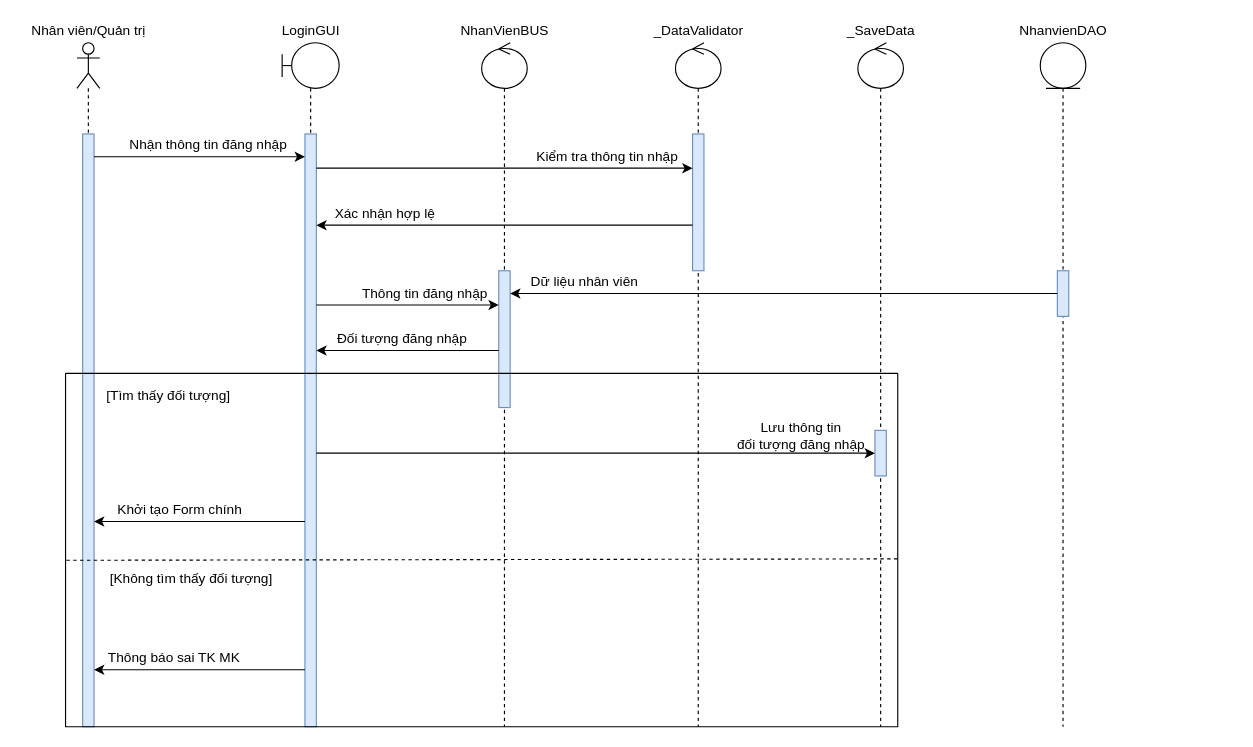
EdgarIgnite16/SGU-Course keeps this draw.io diagram as Nam3_HK1/CNPM_SoftTech/Sequence Diagrams/SequenceDemo.drawio. Above is the earlier version. Source tidied: cells renumbered, new cells numbered last; positions are measured from the earlier drawing's top-left corner, leaving out a move shared by most shapes. Both pictures are drawn from the tidied source at 114%, with x=0, y=0 at pixel (19, 19).
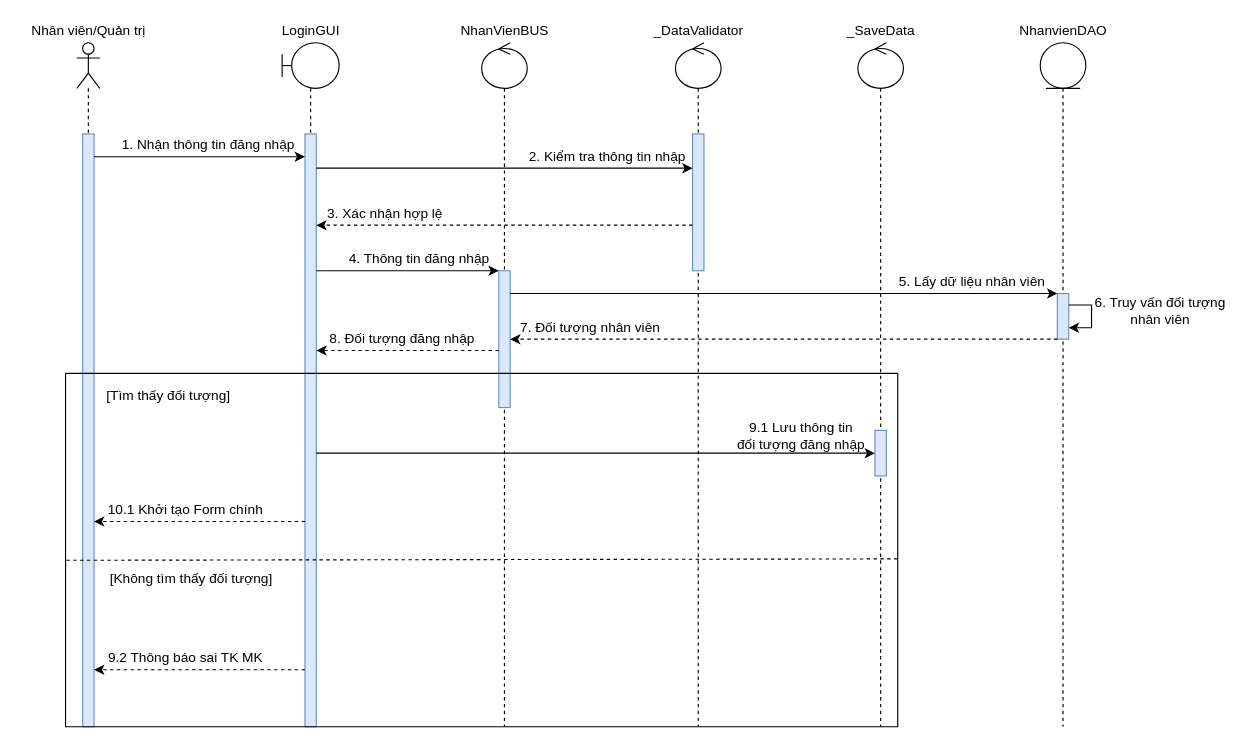
The same diagram, later.

Unchanged cells that the change refers to:
```xml
<mxCell id="3" style="html=1;points=[];perimeter=orthogonalPerimeter;fillColor=#dae8fc;strokeColor=#6c8ebf;" parent="2" vertex="1">
  <mxGeometry x="5" y="80" width="10" height="520" as="geometry" />
</mxCell>
<mxCell id="6" style="html=1;points=[];perimeter=orthogonalPerimeter;fillColor=#dae8fc;strokeColor=#6c8ebf;" parent="5" vertex="1">
  <mxGeometry x="20" y="80" width="10" height="520" as="geometry" />
</mxCell>
<mxCell id="8" style="html=1;points=[];perimeter=orthogonalPerimeter;fillColor=#dae8fc;strokeColor=#6c8ebf;" parent="7" vertex="1">
  <mxGeometry x="15" y="200" width="10" height="120" as="geometry" />
</mxCell>
<mxCell id="15" style="html=1;points=[];perimeter=orthogonalPerimeter;fillColor=#dae8fc;strokeColor=#6c8ebf;" parent="14" vertex="1">
  <mxGeometry x="15" y="80" width="10" height="120" as="geometry" />
</mxCell>
<mxCell id="17" style="shape=umlLifeline;participant=umlEntity;perimeter=lifelinePerimeter;whiteSpace=wrap;html=1;verticalAlign=top;spacingTop=36;" parent="1" vertex="1">
  <mxGeometry x="895" y="20" width="40" height="600" as="geometry" />
</mxCell>
<mxCell id="34" style="swimlane;startSize=0;shadow=0;strokeColor=default;fillColor=default;" parent="1" vertex="1">
  <mxGeometry x="40" y="310" width="730" height="310" as="geometry" />
</mxCell>
```

Diff of the diagram source:
```diff
@@
-    <mxCell id="13" value="Nhận thông tin đăng nhập" style="text;html=1;align=center;verticalAlign=middle;strokeColor=none;fillColor=none;" parent="1" vertex="1">
-      <mxGeometry x="90" y="100" width="150" height="20" as="geometry" />
+    <mxCell id="13" value="1. Nhận thông tin đăng nhập" style="text;html=1;align=center;verticalAlign=middle;strokeColor=none;fillColor=none;" parent="1" vertex="1">
+      <mxGeometry x="80" y="100" width="170" height="20" as="geometry" />
     </mxCell>
@@
     <mxCell id="18" style="html=1;points=[];perimeter=orthogonalPerimeter;fillColor=#dae8fc;strokeColor=#6c8ebf;" parent="17" vertex="1">
-      <mxGeometry x="15" y="200" width="10" height="40" as="geometry" />
+      <mxGeometry x="15" y="220" width="10" height="40" as="geometry" />
     </mxCell>
+    <mxCell id="42" style="edgeStyle=orthogonalEdgeStyle;rounded=0;orthogonalLoop=1;jettySize=auto;html=1;" parent="17" edge="1" source="18" target="18">
+      <mxGeometry relative="1" as="geometry" />
+    </mxCell>
@@
-    <mxCell id="23" value="Kiểm tra thông tin nhập" style="text;html=1;align=center;verticalAlign=middle;strokeColor=none;fillColor=none;" parent="1" vertex="1">
-      <mxGeometry x="445" y="110" width="140" height="20" as="geometry" />
+    <mxCell id="23" value="2. Kiểm tra thông tin nhập" style="text;html=1;align=center;verticalAlign=middle;strokeColor=none;fillColor=none;" parent="1" vertex="1">
+      <mxGeometry x="440" y="110" width="150" height="20" as="geometry" />
     </mxCell>
-    <mxCell id="24" style="edgeStyle=orthogonalEdgeStyle;rounded=0;jettySize=auto;html=1;" parent="1" edge="1" source="15" target="6">
+    <mxCell id="24" style="edgeStyle=orthogonalEdgeStyle;rounded=0;jettySize=auto;html=1;dashed=1;" parent="1" edge="1" source="15" target="6">
       <mxGeometry relative="1" as="geometry">
         <Array as="points">
           <mxPoint x="430" y="180" />
           <mxPoint x="430" y="180" />
         </Array>
       </mxGeometry>
     </mxCell>
-    <mxCell id="25" value="Xác nhận hợp lệ" style="text;html=1;align=center;verticalAlign=middle;strokeColor=none;fillColor=none;" parent="1" vertex="1">
-      <mxGeometry x="270" y="160" width="100" height="20" as="geometry" />
+    <mxCell id="25" value="3. Xác nhận hợp lệ" style="text;html=1;align=center;verticalAlign=middle;strokeColor=none;fillColor=none;" parent="1" vertex="1">
+      <mxGeometry x="260" y="160" width="120" height="20" as="geometry" />
     </mxCell>
     <mxCell id="26" style="edgeStyle=orthogonalEdgeStyle;rounded=0;jettySize=auto;html=1;" parent="1" edge="1" source="6" target="8">
       <mxGeometry relative="1" as="geometry">
         <Array as="points">
-          <mxPoint x="350" y="250" />
-          <mxPoint x="350" y="250" />
+          <mxPoint x="340" y="220" />
+          <mxPoint x="340" y="220" />
         </Array>
       </mxGeometry>
     </mxCell>
-    <mxCell id="27" style="edgeStyle=orthogonalEdgeStyle;rounded=0;jettySize=auto;html=1;" parent="1" edge="1" source="18" target="8">
-      <mxGeometry relative="1" as="geometry">
-        <Array as="points">
-          <mxPoint x="670" y="240" />
-          <mxPoint x="670" y="240" />
-        </Array>
-      </mxGeometry>
-    </mxCell>
-    <mxCell id="28" value="Dữ liệu nhân viên" style="text;html=1;align=center;verticalAlign=middle;strokeColor=none;fillColor=none;" parent="1" vertex="1">
-      <mxGeometry x="440" y="220" width="110" height="20" as="geometry" />
+    <mxCell id="28" value="5. Lấy dữ liệu nhân viên" style="text;html=1;align=center;verticalAlign=middle;strokeColor=none;fillColor=none;" parent="1" vertex="1">
+      <mxGeometry x="765" y="220" width="140" height="20" as="geometry" />
     </mxCell>
-    <mxCell id="29" value="Thông tin đăng nhập" style="text;html=1;align=center;verticalAlign=middle;strokeColor=none;fillColor=none;" parent="1" vertex="1">
-      <mxGeometry x="290" y="230" width="130" height="20" as="geometry" />
+    <mxCell id="29" value="4. Thông tin đăng nhập" style="text;html=1;align=center;verticalAlign=middle;strokeColor=none;fillColor=none;" parent="1" vertex="1">
+      <mxGeometry x="280" y="200" width="140" height="20" as="geometry" />
     </mxCell>
-    <mxCell id="30" style="edgeStyle=orthogonalEdgeStyle;rounded=0;jettySize=auto;html=1;" parent="1" edge="1" source="8" target="6">
+    <mxCell id="30" style="edgeStyle=orthogonalEdgeStyle;rounded=0;jettySize=auto;html=1;dashed=1;" parent="1" edge="1" source="8" target="6">
       <mxGeometry relative="1" as="geometry">
         <Array as="points">
           <mxPoint x="350" y="290" />
           <mxPoint x="350" y="290" />
         </Array>
       </mxGeometry>
     </mxCell>
-    <mxCell id="31" value="Đối tượng đăng nhập" style="text;html=1;align=center;verticalAlign=middle;strokeColor=none;fillColor=none;" parent="1" vertex="1">
-      <mxGeometry x="270" y="270" width="130" height="20" as="geometry" />
+    <mxCell id="31" value="8. Đối tượng đăng nhập" style="text;html=1;align=center;verticalAlign=middle;strokeColor=none;fillColor=none;" parent="1" vertex="1">
+      <mxGeometry x="265" y="270" width="140" height="20" as="geometry" />
     </mxCell>
@@
-    <mxCell id="33" style="edgeStyle=orthogonalEdgeStyle;rounded=0;jettySize=auto;html=1;" parent="1" edge="1" source="6" target="3">
+    <mxCell id="33" style="edgeStyle=orthogonalEdgeStyle;rounded=0;jettySize=auto;html=1;dashed=1;" parent="1" edge="1" source="6" target="3">
       <mxGeometry relative="1" as="geometry">
         <Array as="points">
           <mxPoint x="160" y="570" />
           <mxPoint x="160" y="570" />
         </Array>
       </mxGeometry>
     </mxCell>
@@
-    <mxCell id="35" value="Thông báo sai TK MK" style="text;html=1;align=center;verticalAlign=middle;strokeColor=none;fillColor=none;" parent="34" vertex="1">
-      <mxGeometry x="30" y="240" width="130" height="20" as="geometry" />
+    <mxCell id="35" value="9.2 Thông báo sai TK MK" style="text;html=1;align=center;verticalAlign=middle;strokeColor=none;fillColor=none;" parent="34" vertex="1">
+      <mxGeometry x="30" y="240" width="150" height="20" as="geometry" />
     </mxCell>
@@
-    <mxCell id="38" value="Khởi tạo Form chính" style="text;html=1;align=center;verticalAlign=middle;strokeColor=none;fillColor=none;" parent="34" vertex="1">
-      <mxGeometry x="40" y="110" width="120" height="20" as="geometry" />
+    <mxCell id="38" value="10.1 Khởi tạo Form chính" style="text;html=1;align=center;verticalAlign=middle;strokeColor=none;fillColor=none;" parent="34" vertex="1">
+      <mxGeometry x="30" y="110" width="150" height="20" as="geometry" />
     </mxCell>
-    <mxCell id="39" value="Lưu thông tin &lt;br&gt;đối tượng đăng nhập" style="text;html=1;align=center;verticalAlign=middle;strokeColor=none;fillColor=none;" parent="34" vertex="1">
+    <mxCell id="39" value="9.1 Lưu thông tin &lt;br&gt;đối tượng đăng nhập" style="text;html=1;align=center;verticalAlign=middle;strokeColor=none;fillColor=none;" parent="34" vertex="1">
       <mxGeometry x="580" y="40" width="130" height="30" as="geometry" />
     </mxCell>
@@
-    <mxCell id="41" style="edgeStyle=orthogonalEdgeStyle;rounded=0;jettySize=auto;html=1;" parent="1" edge="1" source="6" target="3">
+    <mxCell id="41" style="edgeStyle=orthogonalEdgeStyle;rounded=0;jettySize=auto;html=1;dashed=1;" parent="1" edge="1" source="6" target="3">
       <mxGeometry relative="1" as="geometry">
         <Array as="points">
           <mxPoint x="140" y="440" />
           <mxPoint x="140" y="440" />
         </Array>
       </mxGeometry>
     </mxCell>
+    <mxCell id="43" style="edgeStyle=orthogonalEdgeStyle;rounded=0;jettySize=auto;html=1;" parent="1" edge="1" source="8" target="18">
+      <mxGeometry relative="1" as="geometry">
+        <Array as="points">
+          <mxPoint x="790" y="240" />
+          <mxPoint x="790" y="240" />
+        </Array>
+      </mxGeometry>
+    </mxCell>
+    <mxCell id="27" style="edgeStyle=orthogonalEdgeStyle;rounded=0;jettySize=auto;html=1;dashed=1;" parent="1" edge="1" source="18" target="8">
+      <mxGeometry relative="1" as="geometry">
+        <Array as="points">
+          <mxPoint x="670" y="280" />
+          <mxPoint x="670" y="280" />
+        </Array>
+      </mxGeometry>
+    </mxCell>
+    <mxCell id="44" value="7. Đối tượng nhân viên" style="text;html=1;align=center;verticalAlign=middle;strokeColor=none;fillColor=none;" parent="1" vertex="1">
+      <mxGeometry x="430" y="260" width="140" height="20" as="geometry" />
+    </mxCell>
+    <mxCell id="45" value="6. Truy vấn đối tượng&lt;br&gt;nhân viên" style="text;html=1;align=center;verticalAlign=middle;strokeColor=none;fillColor=none;" parent="1" vertex="1">
+      <mxGeometry x="935" y="240" width="130" height="30" as="geometry" />
+    </mxCell>
```
